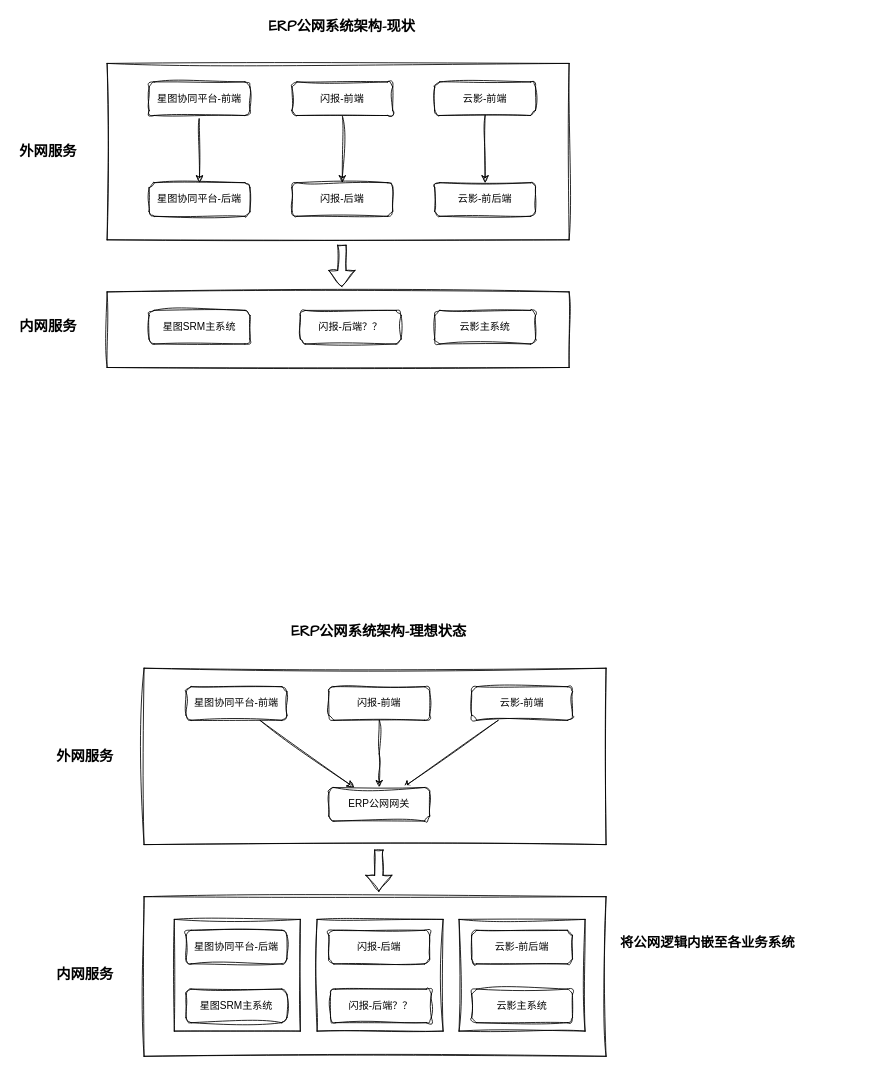
Before: ERP安全治理.drawio in S0Louis/drowio, a draw.io diagram. Source tidied: cells renumbered, new cells numbered last; positions are measured from the earlier drawing's top-left corner, leaving out a move shared by most shapes. Both pictures are drawn from the tidied source at 84%, with x=0, y=0 at pixel (14, 14).
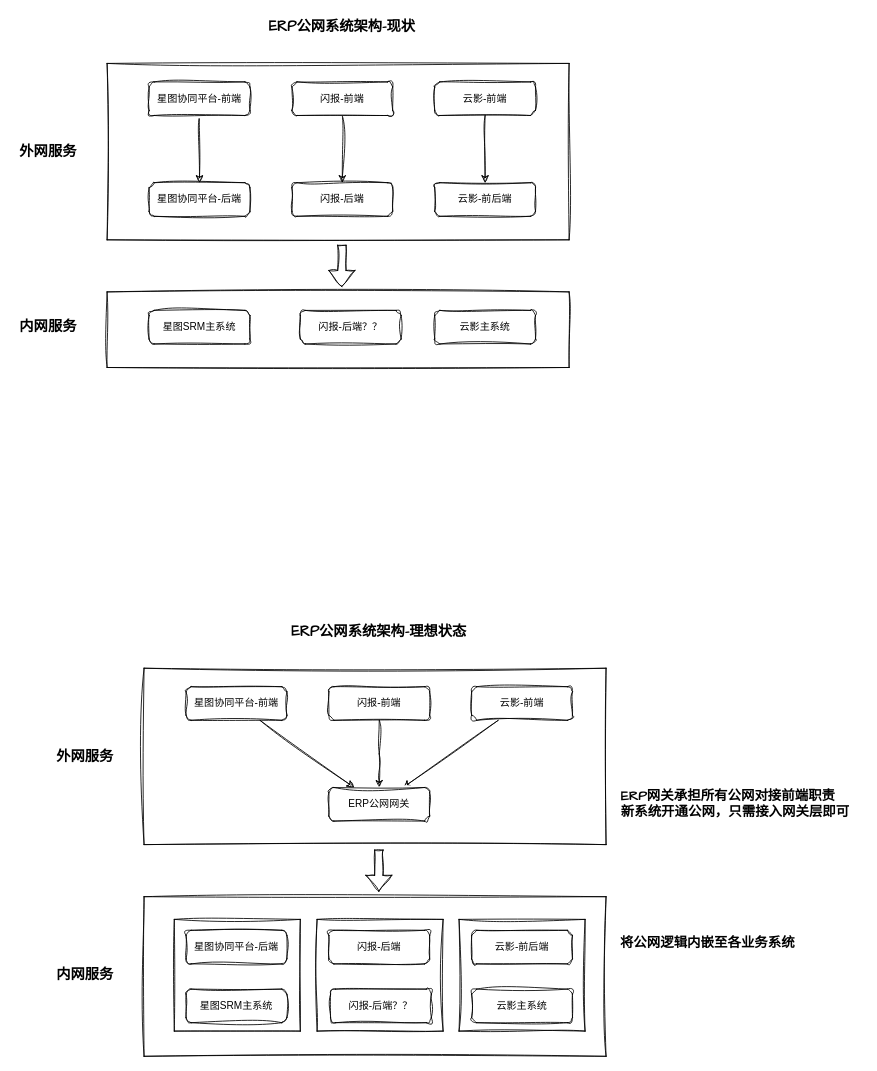
The same page after the edit.

Commit message (it also covers changes not shown here):
更新ERP安全治理.drawio

Change to the diagram source:
```diff
@@
+    <mxCell id="43" value="ERP网关承担所有公网对接前端职责&lt;div&gt;新系统开通公网，只需接入网关层即可&lt;/div&gt;" style="text;html=1;align=left;verticalAlign=middle;whiteSpace=wrap;rounded=0;fontFamily=Architects Daughter;fontSize=16;fontStyle=1;" parent="1" vertex="1">
+      <mxGeometry x="720" y="925" width="290" height="30" as="geometry" />
+    </mxCell>
```
